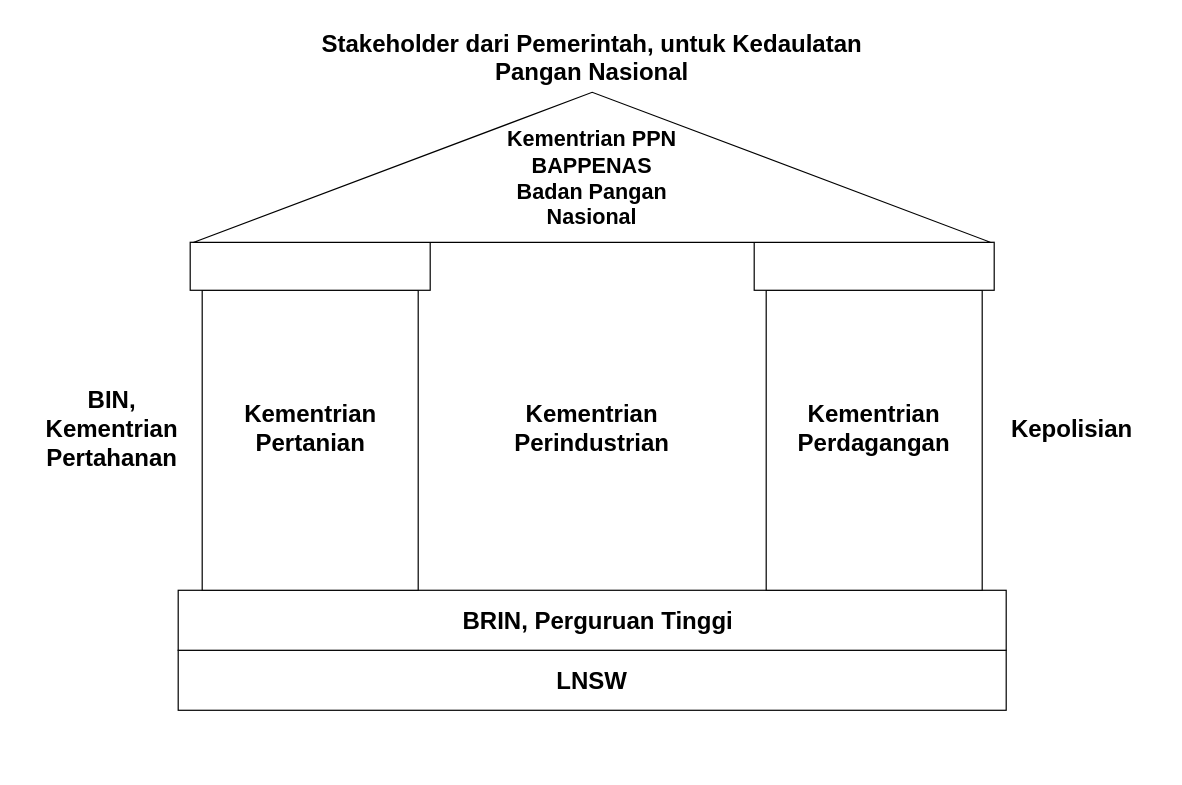
Before: House diagram.drawio in ariesharry/Diagrams, a draw.io diagram. Source tidied: cells renumbered, new cells numbered last; positions are measured from the earlier drawing's top-left corner, leaving out a move shared by most shapes. Both pictures are drawn from the tidied source at 120%, with x=0, y=0 at pixel (22, -232).
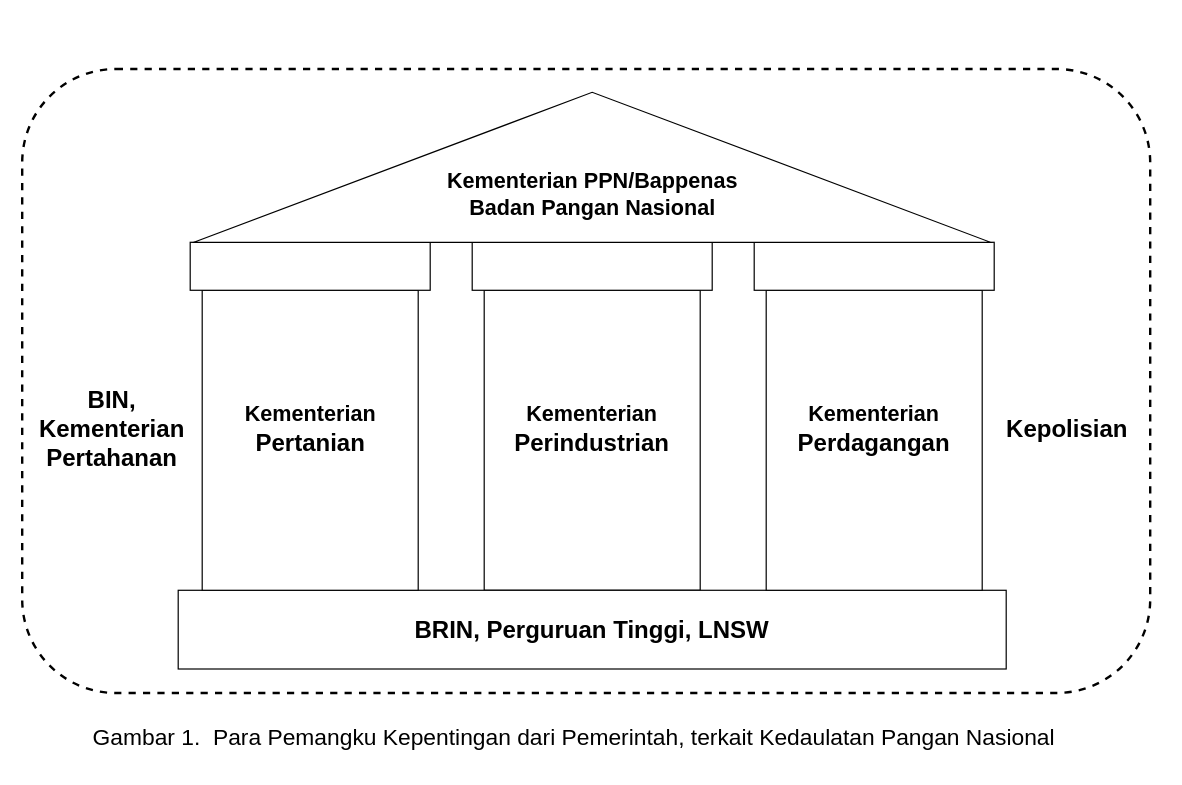
The same diagram, later.

Change to the diagram source:
```diff
@@
-    <mxCell id="2" style="rounded=0;whiteSpace=wrap;html=1;" parent="1" vertex="1">
-      <mxGeometry x="130" y="734.4" width="690" height="50" as="geometry" />
-    </mxCell>
+    <mxCell id="18" style="rounded=0;whiteSpace=wrap;html=1;" parent="1" vertex="1">
+      <mxGeometry x="385" y="434.4" width="180" height="250" as="geometry" />
+    </mxCell>
+    <mxCell id="19" style="rounded=0;whiteSpace=wrap;html=1;" parent="1" vertex="1">
+      <mxGeometry x="375" y="394.4" width="200" height="40" as="geometry" />
+    </mxCell>
     <mxCell id="3" style="rounded=0;whiteSpace=wrap;html=1;" parent="1" vertex="1">
-      <mxGeometry x="130" y="684.4" width="690" height="50" as="geometry" />
+      <mxGeometry x="130" y="684.4" width="690" height="65.6" as="geometry" />
     </mxCell>
@@
-    <mxCell id="9" value="BRIN, Perguruan Tinggi" style="text;html=1;strokeColor=none;fillColor=none;align=center;verticalAlign=middle;whiteSpace=wrap;rounded=0;fontStyle=1;fontSize=20;" parent="1" vertex="1">
-      <mxGeometry x="330" y="694.4" width="300" height="30" as="geometry" />
+    <mxCell id="9" value="BRIN, Perguruan Tinggi, LNSW" style="text;html=1;strokeColor=none;fillColor=none;align=center;verticalAlign=middle;whiteSpace=wrap;rounded=0;fontStyle=1;fontSize=20;" parent="1" vertex="1">
+      <mxGeometry x="325" y="702.4" width="300" height="30" as="geometry" />
     </mxCell>
-    <mxCell id="10" value="LNSW" style="text;html=1;strokeColor=none;fillColor=none;align=center;verticalAlign=middle;whiteSpace=wrap;rounded=0;fontStyle=1;fontSize=20;" parent="1" vertex="1">
-      <mxGeometry x="400" y="744.4" width="150" height="30" as="geometry" />
-    </mxCell>
-    <mxCell id="11" value="Kementrian PPN&lt;br style=&quot;font-size: 18px;&quot;&gt;BAPPENAS&lt;br style=&quot;font-size: 18px;&quot;&gt;Badan Pangan Nasional" style="text;html=1;strokeColor=none;fillColor=none;align=center;verticalAlign=middle;whiteSpace=wrap;rounded=0;fontStyle=1;fontSize=18;" parent="1" vertex="1">
-      <mxGeometry x="385" y="327.4" width="180" height="30" as="geometry" />
+    <mxCell id="11" value="Kementerian PPN/Bappenas&lt;br style=&quot;font-size: 18px;&quot;&gt;Badan Pangan Nasional" style="text;html=1;strokeColor=none;fillColor=none;align=center;verticalAlign=middle;whiteSpace=wrap;rounded=0;fontStyle=1;fontSize=18;" parent="1" vertex="1">
+      <mxGeometry x="312.5" y="340" width="325" height="30" as="geometry" />
     </mxCell>
-    <mxCell id="12" value="Kementrian Pertanian" style="text;html=1;strokeColor=none;fillColor=none;align=center;verticalAlign=middle;whiteSpace=wrap;rounded=0;fontStyle=1;fontSize=20;" parent="1" vertex="1">
+    <mxCell id="12" value="&lt;span style=&quot;font-size: 18px;&quot;&gt;Kementerian&lt;br&gt;&lt;/span&gt;Pertanian" style="text;html=1;strokeColor=none;fillColor=none;align=center;verticalAlign=middle;whiteSpace=wrap;rounded=0;fontStyle=1;fontSize=20;" parent="1" vertex="1">
       <mxGeometry x="172.5" y="534.4" width="135" height="30" as="geometry" />
     </mxCell>
-    <mxCell id="13" value="Kementrian Perindustrian" style="text;html=1;strokeColor=none;fillColor=none;align=center;verticalAlign=middle;whiteSpace=wrap;rounded=0;fontStyle=1;fontSize=20;" parent="1" vertex="1">
+    <mxCell id="13" value="&lt;span style=&quot;font-size: 18px;&quot;&gt;Kementerian&lt;br&gt;&lt;/span&gt;Perindustrian" style="text;html=1;strokeColor=none;fillColor=none;align=center;verticalAlign=middle;whiteSpace=wrap;rounded=0;fontStyle=1;fontSize=20;" parent="1" vertex="1">
       <mxGeometry x="400" y="534.4" width="150" height="30" as="geometry" />
     </mxCell>
-    <mxCell id="14" value="Kementrian Perdagangan" style="text;html=1;strokeColor=none;fillColor=none;align=center;verticalAlign=middle;whiteSpace=wrap;rounded=0;fontStyle=1;fontSize=20;" parent="1" vertex="1">
+    <mxCell id="14" value="&lt;span style=&quot;font-size: 18px;&quot;&gt;Kementerian&lt;br&gt;&lt;/span&gt;Perdagangan" style="text;html=1;strokeColor=none;fillColor=none;align=center;verticalAlign=middle;whiteSpace=wrap;rounded=0;fontStyle=1;fontSize=20;" parent="1" vertex="1">
       <mxGeometry x="635" y="534.4" width="150" height="30" as="geometry" />
     </mxCell>
-    <mxCell id="15" value="Stakeholder dari Pemerintah, untuk Kedaulatan Pangan Nasional" style="text;whiteSpace=wrap;html=1;fontSize=20;fontStyle=1;align=center;" parent="1" vertex="1">
-      <mxGeometry x="215" y="210" width="520" height="40" as="geometry" />
+    <mxCell id="15" value="Gambar 1. &amp;nbsp;Para Pemangku Kepentingan dari Pemerintah, terkait Kedaulatan Pangan Nasional" style="text;whiteSpace=wrap;html=1;fontSize=19;fontStyle=0;align=center;" parent="1" vertex="1">
+      <mxGeometry x="40" y="790" width="840" height="40" as="geometry" />
     </mxCell>
     <mxCell id="16" value="Kepolisian" style="text;html=1;strokeColor=none;fillColor=none;align=center;verticalAlign=middle;whiteSpace=wrap;rounded=0;fontStyle=1;fontSize=20;" parent="1" vertex="1">
-      <mxGeometry x="800" y="526.5" width="150" height="45.6" as="geometry" />
+      <mxGeometry x="796" y="526.5" width="150" height="45.6" as="geometry" />
     </mxCell>
-    <mxCell id="17" value="BIN, Kementrian Pertahanan" style="text;html=1;strokeColor=none;fillColor=none;align=center;verticalAlign=middle;whiteSpace=wrap;rounded=0;fontStyle=1;fontSize=20;" parent="1" vertex="1">
+    <mxCell id="17" value="BIN, Kementerian Pertahanan" style="text;html=1;strokeColor=none;fillColor=none;align=center;verticalAlign=middle;whiteSpace=wrap;rounded=0;fontStyle=1;fontSize=20;" parent="1" vertex="1">
       <mxGeometry y="526.5" width="150" height="45.6" as="geometry" />
     </mxCell>
+    <mxCell id="20" style="edgeStyle=orthogonalEdgeStyle;rounded=0;orthogonalLoop=1;jettySize=auto;html=1;exitX=0.5;exitY=1;exitDx=0;exitDy=0;fontSize=20;" parent="1" edge="1">
+      <mxGeometry relative="1" as="geometry">
+        <mxPoint x="475" y="774.4" as="sourcePoint" />
+        <mxPoint x="475" y="774.4" as="targetPoint" />
+      </mxGeometry>
+    </mxCell>
+    <mxCell id="21" style="rounded=1;whiteSpace=wrap;html=1;fontSize=20;fillColor=none;dashed=1;strokeWidth=2;" parent="1" vertex="1">
+      <mxGeometry y="250" width="940" height="520" as="geometry" />
+    </mxCell>
```
